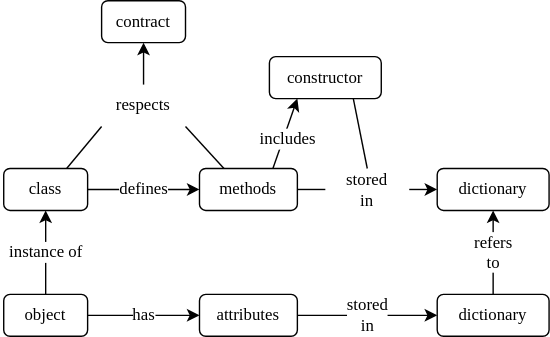
Before: sdxpy/oop/concept_map.svg, a diagram exported from draw.io (gvwilson/thirdbit). Source tidied: cells renumbered, new cells last; positions are measured from the earlier drawing's top-left corner, leaving out a move shared by most shapes. Source of this version:
```xml
<mxGraphModel>
  <root>
    <mxCell id="0" />
    <mxCell id="1" parent="0" />
    <mxCell id="2" value="class" style="rounded=1;whiteSpace=wrap;html=1;fontFamily=Verdana;fillColor=none;fontSize=12;" parent="1" vertex="1">
      <mxGeometry y="120" width="60" height="30" as="geometry" />
    </mxCell>
    <mxCell id="3" value="object" style="rounded=1;whiteSpace=wrap;html=1;fontFamily=Verdana;fillColor=none;fontSize=12;" parent="1" vertex="1">
      <mxGeometry y="210" width="60" height="30" as="geometry" />
    </mxCell>
    <mxCell id="4" value="methods" style="rounded=1;whiteSpace=wrap;html=1;fontFamily=Verdana;fillColor=none;fontSize=12;" parent="1" vertex="1">
      <mxGeometry x="140" y="120" width="70" height="30" as="geometry" />
    </mxCell>
    <mxCell id="5" value="attributes" style="rounded=1;whiteSpace=wrap;html=1;fontFamily=Verdana;fillColor=none;fontSize=12;" parent="1" vertex="1">
      <mxGeometry x="140" y="210" width="70" height="30" as="geometry" />
    </mxCell>
    <mxCell id="6" value="&lt;font style=&quot;font-size: 12px;&quot;&gt;defines&lt;/font&gt;" style="endArrow=classic;html=1;rounded=0;fontFamily=Verdana;entryX=0;entryY=0.5;entryDx=0;entryDy=0;exitX=1;exitY=0.5;exitDx=0;exitDy=0;fontSize=12;" parent="1" edge="1" source="2" target="4">
      <mxGeometry relative="1" as="geometry" />
    </mxCell>
    <mxCell id="7" value="&lt;font style=&quot;font-size: 12px;&quot;&gt;has&lt;/font&gt;" style="endArrow=classic;html=1;rounded=0;fontFamily=Verdana;entryX=0;entryY=0.5;entryDx=0;entryDy=0;exitX=1;exitY=0.5;exitDx=0;exitDy=0;fontSize=12;" parent="1" edge="1" source="3" target="5">
      <mxGeometry relative="1" as="geometry" />
    </mxCell>
    <mxCell id="8" value="instance of" style="endArrow=classic;html=1;rounded=0;fontFamily=Verdana;fontSize=12;exitX=0.5;exitY=0;exitDx=0;exitDy=0;entryX=0.5;entryY=1;entryDx=0;entryDy=0;" parent="1" edge="1" source="3" target="2">
      <mxGeometry relative="1" as="geometry" />
    </mxCell>
    <mxCell id="9" value="contract" style="rounded=1;whiteSpace=wrap;html=1;fontFamily=Verdana;fillColor=none;fontSize=12;" parent="1" vertex="1">
      <mxGeometry x="70" width="60" height="30" as="geometry" />
    </mxCell>
    <mxCell id="10" value="respects" style="text;html=1;strokeColor=none;fillColor=none;align=center;verticalAlign=middle;whiteSpace=wrap;rounded=0;fontFamily=Verdana;fontSize=12;" parent="1" vertex="1">
      <mxGeometry x="70" y="60" width="60" height="30" as="geometry" />
    </mxCell>
    <mxCell id="11" style="endArrow=none;html=1;rounded=0;fontFamily=Verdana;fontSize=12;exitX=0.75;exitY=0;exitDx=0;exitDy=0;entryX=0;entryY=1;entryDx=0;entryDy=0;" parent="1" edge="1" source="2" target="10">
      <mxGeometry relative="1" as="geometry" />
    </mxCell>
    <mxCell id="12" style="endArrow=none;html=1;rounded=0;fontFamily=Verdana;fontSize=12;entryX=1;entryY=1;entryDx=0;entryDy=0;exitX=0.25;exitY=0;exitDx=0;exitDy=0;" parent="1" edge="1" source="4" target="10">
      <mxGeometry relative="1" as="geometry" />
    </mxCell>
    <mxCell id="13" style="endArrow=classic;html=1;rounded=0;fontFamily=Verdana;fontSize=12;entryX=0.5;entryY=1;entryDx=0;entryDy=0;exitX=0.5;exitY=0;exitDx=0;exitDy=0;" parent="1" edge="1" source="10" target="9">
      <mxGeometry relative="1" as="geometry" />
    </mxCell>
    <mxCell id="14" value="dictionary" style="rounded=1;whiteSpace=wrap;html=1;fontFamily=Verdana;fillColor=none;fontSize=12;" parent="1" vertex="1">
      <mxGeometry x="310" y="120" width="80" height="30" as="geometry" />
    </mxCell>
    <mxCell id="15" value="dictionary" style="rounded=1;whiteSpace=wrap;html=1;fontFamily=Verdana;fillColor=none;fontSize=12;" parent="1" vertex="1">
      <mxGeometry x="310" y="210" width="80" height="30" as="geometry" />
    </mxCell>
    <mxCell id="16" value="stored&lt;br style=&quot;font-size: 12px;&quot;&gt;in" style="endArrow=classic;html=1;rounded=0;fontFamily=Verdana;fontSize=12;entryX=0;entryY=0.5;entryDx=0;entryDy=0;exitX=1;exitY=0.5;exitDx=0;exitDy=0;" parent="1" edge="1" source="5" target="15">
      <mxGeometry relative="1" as="geometry" />
    </mxCell>
    <mxCell id="17" value="refers&lt;br style=&quot;font-size: 12px;&quot;&gt;to" style="endArrow=classic;html=1;rounded=0;fontFamily=Verdana;fontSize=12;entryX=0.5;entryY=1;entryDx=0;entryDy=0;exitX=0.5;exitY=0;exitDx=0;exitDy=0;" parent="1" edge="1" source="15" target="14">
      <mxGeometry relative="1" as="geometry" />
    </mxCell>
    <mxCell id="18" value="constructor" style="rounded=1;whiteSpace=wrap;html=1;fontFamily=Verdana;fillColor=none;fontSize=12;" parent="1" vertex="1">
      <mxGeometry x="190" y="40" width="80" height="30" as="geometry" />
    </mxCell>
    <mxCell id="19" style="endArrow=classic;html=1;rounded=0;fontFamily=Verdana;fontSize=12;entryX=0.25;entryY=1;entryDx=0;entryDy=0;exitX=0.75;exitY=0;exitDx=0;exitDy=0;" parent="1" edge="1" source="4" target="18">
      <mxGeometry relative="1" as="geometry" />
    </mxCell>
    <mxCell id="20" value="includes" style="edgeLabel;html=1;align=center;verticalAlign=middle;fontSize=12;fontFamily=Verdana;" parent="19" vertex="1">
      <mxGeometry x="-0.08" y="-2" relative="1" as="geometry" />
    </mxCell>
    <mxCell id="21" value="stored&lt;br style=&quot;font-size: 12px;&quot;&gt;in" style="text;html=1;strokeColor=none;fillColor=none;align=center;verticalAlign=middle;whiteSpace=wrap;rounded=0;fontFamily=Verdana;fontSize=12;" parent="1" vertex="1">
      <mxGeometry x="230" y="120" width="60" height="30" as="geometry" />
    </mxCell>
    <mxCell id="22" style="endArrow=none;html=1;rounded=0;fontFamily=Verdana;fontSize=12;entryX=0;entryY=0.5;entryDx=0;entryDy=0;exitX=1;exitY=0.5;exitDx=0;exitDy=0;" parent="1" edge="1" source="4" target="21">
      <mxGeometry relative="1" as="geometry" />
    </mxCell>
    <mxCell id="23" style="endArrow=classic;html=1;rounded=0;fontFamily=Verdana;fontSize=12;entryX=0;entryY=0.5;entryDx=0;entryDy=0;exitX=1;exitY=0.5;exitDx=0;exitDy=0;" parent="1" edge="1" source="21" target="14">
      <mxGeometry relative="1" as="geometry" />
    </mxCell>
    <mxCell id="24" style="endArrow=none;html=1;rounded=0;fontFamily=Verdana;fontSize=12;entryX=0.75;entryY=1;entryDx=0;entryDy=0;exitX=0.5;exitY=0;exitDx=0;exitDy=0;" parent="1" edge="1" source="21" target="18">
      <mxGeometry relative="1" as="geometry" />
    </mxCell>
  </root>
</mxGraphModel>
```
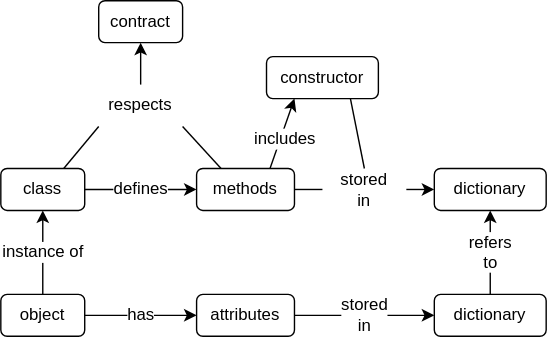
The same file after the commit.

The edit, as a diff of the source:
```diff
@@ -2,73 +2,73 @@
   <root>
     <mxCell id="0" />
     <mxCell id="1" parent="0" />
-    <mxCell id="2" value="class" style="rounded=1;whiteSpace=wrap;html=1;fontFamily=Verdana;fillColor=none;fontSize=12;" parent="1" vertex="1">
+    <mxCell id="2" value="class" style="rounded=1;whiteSpace=wrap;html=1;fontFamily=Helvetica;fillColor=none;fontSize=12;" parent="1" vertex="1">
       <mxGeometry y="120" width="60" height="30" as="geometry" />
     </mxCell>
-    <mxCell id="3" value="object" style="rounded=1;whiteSpace=wrap;html=1;fontFamily=Verdana;fillColor=none;fontSize=12;" parent="1" vertex="1">
+    <mxCell id="3" value="object" style="rounded=1;whiteSpace=wrap;html=1;fontFamily=Helvetica;fillColor=none;fontSize=12;" parent="1" vertex="1">
       <mxGeometry y="210" width="60" height="30" as="geometry" />
     </mxCell>
-    <mxCell id="4" value="methods" style="rounded=1;whiteSpace=wrap;html=1;fontFamily=Verdana;fillColor=none;fontSize=12;" parent="1" vertex="1">
+    <mxCell id="4" value="methods" style="rounded=1;whiteSpace=wrap;html=1;fontFamily=Helvetica;fillColor=none;fontSize=12;" parent="1" vertex="1">
       <mxGeometry x="140" y="120" width="70" height="30" as="geometry" />
     </mxCell>
-    <mxCell id="5" value="attributes" style="rounded=1;whiteSpace=wrap;html=1;fontFamily=Verdana;fillColor=none;fontSize=12;" parent="1" vertex="1">
+    <mxCell id="5" value="attributes" style="rounded=1;whiteSpace=wrap;html=1;fontFamily=Helvetica;fillColor=none;fontSize=12;" parent="1" vertex="1">
       <mxGeometry x="140" y="210" width="70" height="30" as="geometry" />
     </mxCell>
-    <mxCell id="6" value="&lt;font style=&quot;font-size: 12px;&quot;&gt;defines&lt;/font&gt;" style="endArrow=classic;html=1;rounded=0;fontFamily=Verdana;entryX=0;entryY=0.5;entryDx=0;entryDy=0;exitX=1;exitY=0.5;exitDx=0;exitDy=0;fontSize=12;" parent="1" edge="1" source="2" target="4">
+    <mxCell id="6" value="&lt;font style=&quot;font-size: 12px;&quot;&gt;defines&lt;/font&gt;" style="endArrow=classic;html=1;rounded=0;fontFamily=Helvetica;entryX=0;entryY=0.5;entryDx=0;entryDy=0;exitX=1;exitY=0.5;exitDx=0;exitDy=0;fontSize=12;" parent="1" edge="1" source="2" target="4">
       <mxGeometry relative="1" as="geometry" />
     </mxCell>
-    <mxCell id="7" value="&lt;font style=&quot;font-size: 12px;&quot;&gt;has&lt;/font&gt;" style="endArrow=classic;html=1;rounded=0;fontFamily=Verdana;entryX=0;entryY=0.5;entryDx=0;entryDy=0;exitX=1;exitY=0.5;exitDx=0;exitDy=0;fontSize=12;" parent="1" edge="1" source="3" target="5">
+    <mxCell id="7" value="&lt;font style=&quot;font-size: 12px;&quot;&gt;has&lt;/font&gt;" style="endArrow=classic;html=1;rounded=0;fontFamily=Helvetica;entryX=0;entryY=0.5;entryDx=0;entryDy=0;exitX=1;exitY=0.5;exitDx=0;exitDy=0;fontSize=12;" parent="1" edge="1" source="3" target="5">
       <mxGeometry relative="1" as="geometry" />
     </mxCell>
-    <mxCell id="8" value="instance of" style="endArrow=classic;html=1;rounded=0;fontFamily=Verdana;fontSize=12;exitX=0.5;exitY=0;exitDx=0;exitDy=0;entryX=0.5;entryY=1;entryDx=0;entryDy=0;" parent="1" edge="1" source="3" target="2">
+    <mxCell id="8" value="instance of" style="endArrow=classic;html=1;rounded=0;fontFamily=Helvetica;fontSize=12;exitX=0.5;exitY=0;exitDx=0;exitDy=0;entryX=0.5;entryY=1;entryDx=0;entryDy=0;" parent="1" edge="1" source="3" target="2">
       <mxGeometry relative="1" as="geometry" />
     </mxCell>
-    <mxCell id="9" value="contract" style="rounded=1;whiteSpace=wrap;html=1;fontFamily=Verdana;fillColor=none;fontSize=12;" parent="1" vertex="1">
+    <mxCell id="9" value="contract" style="rounded=1;whiteSpace=wrap;html=1;fontFamily=Helvetica;fillColor=none;fontSize=12;" parent="1" vertex="1">
       <mxGeometry x="70" width="60" height="30" as="geometry" />
     </mxCell>
-    <mxCell id="10" value="respects" style="text;html=1;strokeColor=none;fillColor=none;align=center;verticalAlign=middle;whiteSpace=wrap;rounded=0;fontFamily=Verdana;fontSize=12;" parent="1" vertex="1">
+    <mxCell id="10" value="respects" style="text;html=1;strokeColor=none;fillColor=none;align=center;verticalAlign=middle;whiteSpace=wrap;rounded=0;fontFamily=Helvetica;fontSize=12;" parent="1" vertex="1">
       <mxGeometry x="70" y="60" width="60" height="30" as="geometry" />
     </mxCell>
-    <mxCell id="11" style="endArrow=none;html=1;rounded=0;fontFamily=Verdana;fontSize=12;exitX=0.75;exitY=0;exitDx=0;exitDy=0;entryX=0;entryY=1;entryDx=0;entryDy=0;" parent="1" edge="1" source="2" target="10">
+    <mxCell id="11" style="endArrow=none;html=1;rounded=0;fontFamily=Helvetica;fontSize=12;exitX=0.75;exitY=0;exitDx=0;exitDy=0;entryX=0;entryY=1;entryDx=0;entryDy=0;" parent="1" edge="1" source="2" target="10">
       <mxGeometry relative="1" as="geometry" />
     </mxCell>
-    <mxCell id="12" style="endArrow=none;html=1;rounded=0;fontFamily=Verdana;fontSize=12;entryX=1;entryY=1;entryDx=0;entryDy=0;exitX=0.25;exitY=0;exitDx=0;exitDy=0;" parent="1" edge="1" source="4" target="10">
+    <mxCell id="12" style="endArrow=none;html=1;rounded=0;fontFamily=Helvetica;fontSize=12;entryX=1;entryY=1;entryDx=0;entryDy=0;exitX=0.25;exitY=0;exitDx=0;exitDy=0;" parent="1" edge="1" source="4" target="10">
       <mxGeometry relative="1" as="geometry" />
     </mxCell>
-    <mxCell id="13" style="endArrow=classic;html=1;rounded=0;fontFamily=Verdana;fontSize=12;entryX=0.5;entryY=1;entryDx=0;entryDy=0;exitX=0.5;exitY=0;exitDx=0;exitDy=0;" parent="1" edge="1" source="10" target="9">
+    <mxCell id="13" style="endArrow=classic;html=1;rounded=0;fontFamily=Helvetica;fontSize=12;entryX=0.5;entryY=1;entryDx=0;entryDy=0;exitX=0.5;exitY=0;exitDx=0;exitDy=0;" parent="1" edge="1" source="10" target="9">
       <mxGeometry relative="1" as="geometry" />
     </mxCell>
-    <mxCell id="14" value="dictionary" style="rounded=1;whiteSpace=wrap;html=1;fontFamily=Verdana;fillColor=none;fontSize=12;" parent="1" vertex="1">
+    <mxCell id="14" value="dictionary" style="rounded=1;whiteSpace=wrap;html=1;fontFamily=Helvetica;fillColor=none;fontSize=12;" parent="1" vertex="1">
       <mxGeometry x="310" y="120" width="80" height="30" as="geometry" />
     </mxCell>
-    <mxCell id="15" value="dictionary" style="rounded=1;whiteSpace=wrap;html=1;fontFamily=Verdana;fillColor=none;fontSize=12;" parent="1" vertex="1">
+    <mxCell id="15" value="dictionary" style="rounded=1;whiteSpace=wrap;html=1;fontFamily=Helvetica;fillColor=none;fontSize=12;" parent="1" vertex="1">
       <mxGeometry x="310" y="210" width="80" height="30" as="geometry" />
     </mxCell>
-    <mxCell id="16" value="stored&lt;br style=&quot;font-size: 12px;&quot;&gt;in" style="endArrow=classic;html=1;rounded=0;fontFamily=Verdana;fontSize=12;entryX=0;entryY=0.5;entryDx=0;entryDy=0;exitX=1;exitY=0.5;exitDx=0;exitDy=0;" parent="1" edge="1" source="5" target="15">
+    <mxCell id="16" value="stored&lt;br style=&quot;font-size: 12px;&quot;&gt;in" style="endArrow=classic;html=1;rounded=0;fontFamily=Helvetica;fontSize=12;entryX=0;entryY=0.5;entryDx=0;entryDy=0;exitX=1;exitY=0.5;exitDx=0;exitDy=0;" parent="1" edge="1" source="5" target="15">
       <mxGeometry relative="1" as="geometry" />
     </mxCell>
-    <mxCell id="17" value="refers&lt;br style=&quot;font-size: 12px;&quot;&gt;to" style="endArrow=classic;html=1;rounded=0;fontFamily=Verdana;fontSize=12;entryX=0.5;entryY=1;entryDx=0;entryDy=0;exitX=0.5;exitY=0;exitDx=0;exitDy=0;" parent="1" edge="1" source="15" target="14">
+    <mxCell id="17" value="refers&lt;br style=&quot;font-size: 12px;&quot;&gt;to" style="endArrow=classic;html=1;rounded=0;fontFamily=Helvetica;fontSize=12;entryX=0.5;entryY=1;entryDx=0;entryDy=0;exitX=0.5;exitY=0;exitDx=0;exitDy=0;" parent="1" edge="1" source="15" target="14">
       <mxGeometry relative="1" as="geometry" />
     </mxCell>
-    <mxCell id="18" value="constructor" style="rounded=1;whiteSpace=wrap;html=1;fontFamily=Verdana;fillColor=none;fontSize=12;" parent="1" vertex="1">
+    <mxCell id="18" value="constructor" style="rounded=1;whiteSpace=wrap;html=1;fontFamily=Helvetica;fillColor=none;fontSize=12;" parent="1" vertex="1">
       <mxGeometry x="190" y="40" width="80" height="30" as="geometry" />
     </mxCell>
-    <mxCell id="19" style="endArrow=classic;html=1;rounded=0;fontFamily=Verdana;fontSize=12;entryX=0.25;entryY=1;entryDx=0;entryDy=0;exitX=0.75;exitY=0;exitDx=0;exitDy=0;" parent="1" edge="1" source="4" target="18">
+    <mxCell id="19" style="endArrow=classic;html=1;rounded=0;fontFamily=Helvetica;fontSize=12;entryX=0.25;entryY=1;entryDx=0;entryDy=0;exitX=0.75;exitY=0;exitDx=0;exitDy=0;" parent="1" edge="1" source="4" target="18">
       <mxGeometry relative="1" as="geometry" />
     </mxCell>
-    <mxCell id="20" value="includes" style="edgeLabel;html=1;align=center;verticalAlign=middle;fontSize=12;fontFamily=Verdana;" parent="19" vertex="1">
+    <mxCell id="20" value="includes" style="edgeLabel;html=1;align=center;verticalAlign=middle;fontSize=12;fontFamily=Helvetica;" parent="19" vertex="1">
       <mxGeometry x="-0.08" y="-2" relative="1" as="geometry" />
     </mxCell>
-    <mxCell id="21" value="stored&lt;br style=&quot;font-size: 12px;&quot;&gt;in" style="text;html=1;strokeColor=none;fillColor=none;align=center;verticalAlign=middle;whiteSpace=wrap;rounded=0;fontFamily=Verdana;fontSize=12;" parent="1" vertex="1">
+    <mxCell id="21" value="stored&lt;br style=&quot;font-size: 12px;&quot;&gt;in" style="text;html=1;strokeColor=none;fillColor=none;align=center;verticalAlign=middle;whiteSpace=wrap;rounded=0;fontFamily=Helvetica;fontSize=12;" parent="1" vertex="1">
       <mxGeometry x="230" y="120" width="60" height="30" as="geometry" />
     </mxCell>
-    <mxCell id="22" style="endArrow=none;html=1;rounded=0;fontFamily=Verdana;fontSize=12;entryX=0;entryY=0.5;entryDx=0;entryDy=0;exitX=1;exitY=0.5;exitDx=0;exitDy=0;" parent="1" edge="1" source="4" target="21">
+    <mxCell id="22" style="endArrow=none;html=1;rounded=0;fontFamily=Helvetica;fontSize=12;entryX=0;entryY=0.5;entryDx=0;entryDy=0;exitX=1;exitY=0.5;exitDx=0;exitDy=0;" parent="1" edge="1" source="4" target="21">
       <mxGeometry relative="1" as="geometry" />
     </mxCell>
-    <mxCell id="23" style="endArrow=classic;html=1;rounded=0;fontFamily=Verdana;fontSize=12;entryX=0;entryY=0.5;entryDx=0;entryDy=0;exitX=1;exitY=0.5;exitDx=0;exitDy=0;" parent="1" edge="1" source="21" target="14">
+    <mxCell id="23" style="endArrow=classic;html=1;rounded=0;fontFamily=Helvetica;fontSize=12;entryX=0;entryY=0.5;entryDx=0;entryDy=0;exitX=1;exitY=0.5;exitDx=0;exitDy=0;" parent="1" edge="1" source="21" target="14">
       <mxGeometry relative="1" as="geometry" />
     </mxCell>
-    <mxCell id="24" style="endArrow=none;html=1;rounded=0;fontFamily=Verdana;fontSize=12;entryX=0.75;entryY=1;entryDx=0;entryDy=0;exitX=0.5;exitY=0;exitDx=0;exitDy=0;" parent="1" edge="1" source="21" target="18">
+    <mxCell id="24" style="endArrow=none;html=1;rounded=0;fontFamily=Helvetica;fontSize=12;entryX=0.75;entryY=1;entryDx=0;entryDy=0;exitX=0.5;exitY=0;exitDx=0;exitDy=0;" parent="1" edge="1" source="21" target="18">
       <mxGeometry relative="1" as="geometry" />
     </mxCell>
   </root>
```
